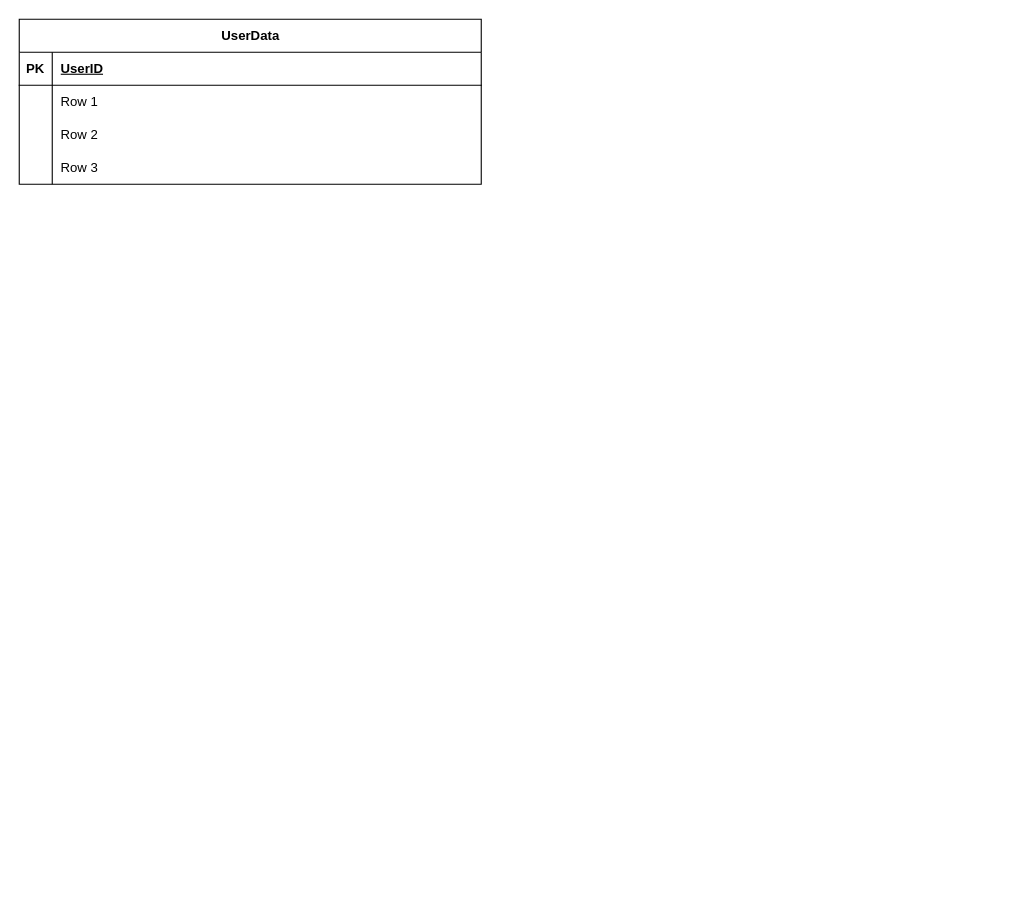
Before: ReasonerBlue-ERD.drawio in BubbliBlu/BubbliBlu, a draw.io diagram. Source tidied: cells renumbered, new cells numbered last; positions are measured from the earlier drawing's top-left corner, leaving out a move shared by most shapes. Both pictures are drawn from the tidied source at 110%, with x=0, y=0 at pixel (19, 19).
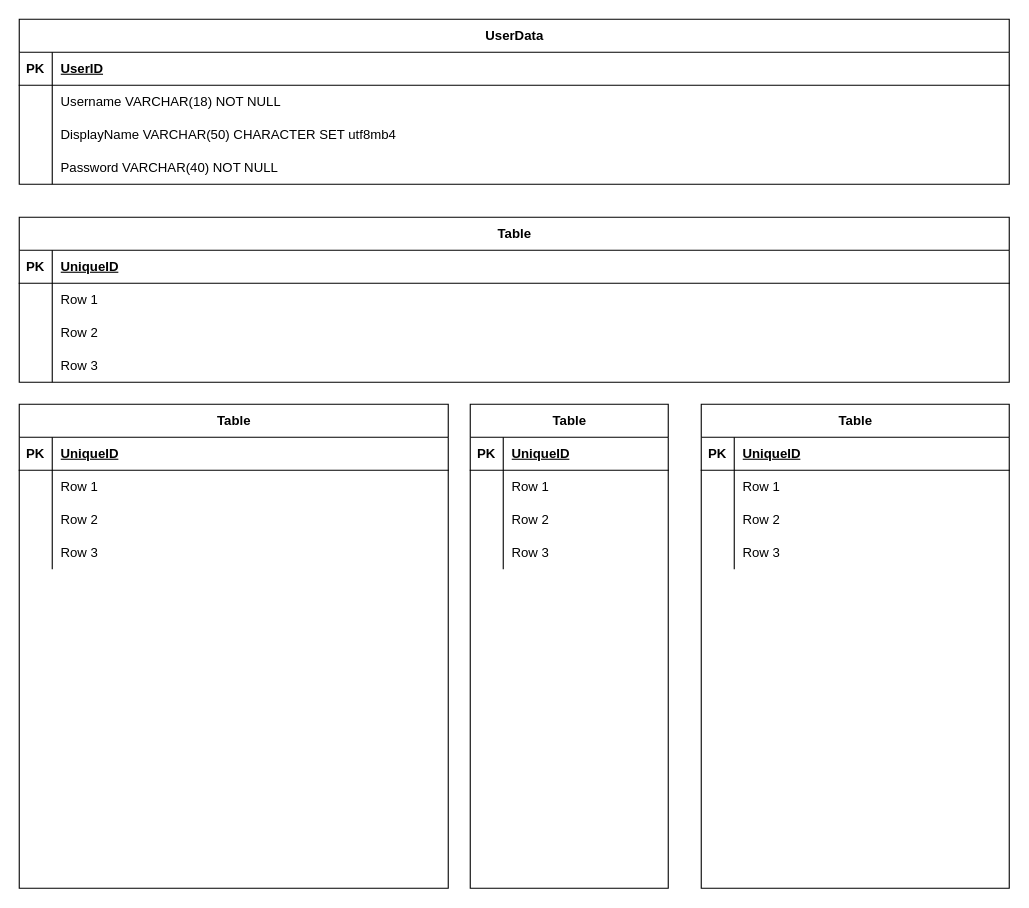
The same diagram, later.

The edit, as a diff of the source:
```diff
@@
     <mxCell id="2" value="UserData" style="shape=table;startSize=30;childLayout=tableLayout;rowLines=0;fontStyle=1;align=center;html=1;" parent="1" vertex="1">
-      <mxGeometry width="420" height="150" as="geometry" />
+      <mxGeometry width="900" height="150" as="geometry" />
     </mxCell>
     <mxCell id="3" style="shape=tableRow;horizontal=0;startSize=0;swimlaneHead=0;swimlaneBody=0;fillColor=none;top=0;left=0;right=0;bottom=1;" parent="2" vertex="1">
-      <mxGeometry y="30" width="420" height="30" as="geometry" />
+      <mxGeometry y="30" width="900" height="30" as="geometry" />
     </mxCell>
@@
     <mxCell id="5" value="UserID" style="shape=partialRectangle;fillColor=none;top=0;left=0;bottom=0;right=0;align=left;spacingLeft=6;fontStyle=5;overflow=hidden;whiteSpace=wrap;html=1;" parent="3" vertex="1">
-      <mxGeometry x="30" width="390" height="30" as="geometry" />
+      <mxGeometry x="30" width="870" height="30" as="geometry" />
     </mxCell>
+    <mxCell id="9" style="shape=tableRow;horizontal=0;startSize=0;swimlaneHead=0;swimlaneBody=0;fillColor=none;top=0;left=0;right=0;bottom=0;" parent="2" vertex="1">
+      <mxGeometry y="60" width="900" height="30" as="geometry" />
+    </mxCell>
+    <mxCell id="10" style="shape=partialRectangle;fillColor=none;top=0;left=0;bottom=0;right=0;overflow=hidden;whiteSpace=wrap;html=1;" parent="9" vertex="1">
+      <mxGeometry width="30" height="30" as="geometry" />
+    </mxCell>
+    <mxCell id="11" value="Username VARCHAR(18) NOT NULL" style="shape=partialRectangle;fillColor=none;top=0;left=0;bottom=0;right=0;align=left;spacingLeft=6;overflow=hidden;whiteSpace=wrap;html=1;" parent="9" vertex="1">
+      <mxGeometry x="30" width="870" height="30" as="geometry" />
+    </mxCell>
     <mxCell id="6" style="shape=tableRow;horizontal=0;startSize=0;swimlaneHead=0;swimlaneBody=0;fillColor=none;top=0;left=0;right=0;bottom=0;" parent="2" vertex="1">
-      <mxGeometry y="60" width="420" height="30" as="geometry" />
+      <mxGeometry y="90" width="900" height="30" as="geometry" />
     </mxCell>
@@
-    <mxCell id="8" value="Row 1" style="shape=partialRectangle;fillColor=none;top=0;left=0;bottom=0;right=0;align=left;spacingLeft=6;overflow=hidden;whiteSpace=wrap;html=1;" parent="6" vertex="1">
-      <mxGeometry x="30" width="390" height="30" as="geometry" />
+    <mxCell id="8" value="DisplayName VARCHAR(50) CHARACTER SET utf8mb4" style="shape=partialRectangle;fillColor=none;top=0;left=0;bottom=0;right=0;align=left;spacingLeft=6;overflow=hidden;whiteSpace=wrap;html=1;" parent="6" vertex="1">
+      <mxGeometry x="30" width="870" height="30" as="geometry" />
     </mxCell>
-    <mxCell id="9" style="shape=tableRow;horizontal=0;startSize=0;swimlaneHead=0;swimlaneBody=0;fillColor=none;top=0;left=0;right=0;bottom=0;" parent="2" vertex="1">
-      <mxGeometry y="90" width="420" height="30" as="geometry" />
-    </mxCell>
-    <mxCell id="10" style="shape=partialRectangle;fillColor=none;top=0;left=0;bottom=0;right=0;overflow=hidden;whiteSpace=wrap;html=1;" parent="9" vertex="1">
-      <mxGeometry width="30" height="30" as="geometry" />
-    </mxCell>
-    <mxCell id="11" value="Row 2" style="shape=partialRectangle;fillColor=none;top=0;left=0;bottom=0;right=0;align=left;spacingLeft=6;overflow=hidden;whiteSpace=wrap;html=1;" parent="9" vertex="1">
-      <mxGeometry x="30" width="390" height="30" as="geometry" />
-    </mxCell>
     <mxCell id="12" style="shape=tableRow;horizontal=0;startSize=0;swimlaneHead=0;swimlaneBody=0;fillColor=none;top=0;left=0;right=0;bottom=0;" parent="2" vertex="1">
-      <mxGeometry y="120" width="420" height="30" as="geometry" />
+      <mxGeometry y="120" width="900" height="30" as="geometry" />
     </mxCell>
@@
-    <mxCell id="14" value="Row 3" style="shape=partialRectangle;fillColor=none;top=0;left=0;bottom=0;right=0;align=left;spacingLeft=6;overflow=hidden;whiteSpace=wrap;html=1;" parent="12" vertex="1">
-      <mxGeometry x="30" width="390" height="30" as="geometry" />
+    <mxCell id="14" value="Password VARCHAR(40) NOT NULL" style="shape=partialRectangle;fillColor=none;top=0;left=0;bottom=0;right=0;align=left;spacingLeft=6;overflow=hidden;whiteSpace=wrap;html=1;" parent="12" vertex="1">
+      <mxGeometry x="30" width="870" height="30" as="geometry" />
     </mxCell>
+    <mxCell id="15" value="Table" style="shape=table;startSize=30;childLayout=tableLayout;rowLines=0;fontStyle=1;align=center;html=1;" parent="1" vertex="1">
+      <mxGeometry y="180" width="900" height="150" as="geometry" />
+    </mxCell>
+    <mxCell id="16" style="shape=tableRow;horizontal=0;startSize=0;swimlaneHead=0;swimlaneBody=0;fillColor=none;top=0;left=0;right=0;bottom=1;" parent="15" vertex="1">
+      <mxGeometry y="30" width="900" height="30" as="geometry" />
+    </mxCell>
+    <mxCell id="17" value="PK" style="shape=partialRectangle;fillColor=none;top=0;left=0;bottom=0;right=0;fontStyle=1;overflow=hidden;whiteSpace=wrap;html=1;" parent="16" vertex="1">
+      <mxGeometry width="30" height="30" as="geometry" />
+    </mxCell>
+    <mxCell id="18" value="UniqueID" style="shape=partialRectangle;fillColor=none;top=0;left=0;bottom=0;right=0;align=left;spacingLeft=6;fontStyle=5;overflow=hidden;whiteSpace=wrap;html=1;" parent="16" vertex="1">
+      <mxGeometry x="30" width="870" height="30" as="geometry" />
+    </mxCell>
+    <mxCell id="19" style="shape=tableRow;horizontal=0;startSize=0;swimlaneHead=0;swimlaneBody=0;fillColor=none;top=0;left=0;right=0;bottom=0;" parent="15" vertex="1">
+      <mxGeometry y="60" width="900" height="30" as="geometry" />
+    </mxCell>
+    <mxCell id="20" style="shape=partialRectangle;fillColor=none;top=0;left=0;bottom=0;right=0;overflow=hidden;whiteSpace=wrap;html=1;" parent="19" vertex="1">
+      <mxGeometry width="30" height="30" as="geometry" />
+    </mxCell>
+    <mxCell id="21" value="Row 1" style="shape=partialRectangle;fillColor=none;top=0;left=0;bottom=0;right=0;align=left;spacingLeft=6;overflow=hidden;whiteSpace=wrap;html=1;" parent="19" vertex="1">
+      <mxGeometry x="30" width="870" height="30" as="geometry" />
+    </mxCell>
+    <mxCell id="22" style="shape=tableRow;horizontal=0;startSize=0;swimlaneHead=0;swimlaneBody=0;fillColor=none;top=0;left=0;right=0;bottom=0;" parent="15" vertex="1">
+      <mxGeometry y="90" width="900" height="30" as="geometry" />
+    </mxCell>
+    <mxCell id="23" style="shape=partialRectangle;fillColor=none;top=0;left=0;bottom=0;right=0;overflow=hidden;whiteSpace=wrap;html=1;" parent="22" vertex="1">
+      <mxGeometry width="30" height="30" as="geometry" />
+    </mxCell>
+    <mxCell id="24" value="Row 2" style="shape=partialRectangle;fillColor=none;top=0;left=0;bottom=0;right=0;align=left;spacingLeft=6;overflow=hidden;whiteSpace=wrap;html=1;" parent="22" vertex="1">
+      <mxGeometry x="30" width="870" height="30" as="geometry" />
+    </mxCell>
+    <mxCell id="25" style="shape=tableRow;horizontal=0;startSize=0;swimlaneHead=0;swimlaneBody=0;fillColor=none;top=0;left=0;right=0;bottom=0;" parent="15" vertex="1">
+      <mxGeometry y="120" width="900" height="30" as="geometry" />
+    </mxCell>
+    <mxCell id="26" style="shape=partialRectangle;fillColor=none;top=0;left=0;bottom=0;right=0;overflow=hidden;whiteSpace=wrap;html=1;" parent="25" vertex="1">
+      <mxGeometry width="30" height="30" as="geometry" />
+    </mxCell>
+    <mxCell id="27" value="Row 3" style="shape=partialRectangle;fillColor=none;top=0;left=0;bottom=0;right=0;align=left;spacingLeft=6;overflow=hidden;whiteSpace=wrap;html=1;" parent="25" vertex="1">
+      <mxGeometry x="30" width="870" height="30" as="geometry" />
+    </mxCell>
+    <mxCell id="28" value="Table" style="shape=table;startSize=30;childLayout=tableLayout;rowLines=0;fontStyle=1;align=center;html=1;" parent="1" vertex="1">
+      <mxGeometry y="350" width="390" height="440" as="geometry" />
+    </mxCell>
+    <mxCell id="29" style="shape=tableRow;horizontal=0;startSize=0;swimlaneHead=0;swimlaneBody=0;fillColor=none;top=0;left=0;right=0;bottom=1;" parent="28" vertex="1">
+      <mxGeometry y="30" width="390" height="30" as="geometry" />
+    </mxCell>
+    <mxCell id="30" value="PK" style="shape=partialRectangle;fillColor=none;top=0;left=0;bottom=0;right=0;fontStyle=1;overflow=hidden;whiteSpace=wrap;html=1;" parent="29" vertex="1">
+      <mxGeometry width="30" height="30" as="geometry" />
+    </mxCell>
+    <mxCell id="31" value="UniqueID" style="shape=partialRectangle;fillColor=none;top=0;left=0;bottom=0;right=0;align=left;spacingLeft=6;fontStyle=5;overflow=hidden;whiteSpace=wrap;html=1;" parent="29" vertex="1">
+      <mxGeometry x="30" width="360" height="30" as="geometry" />
+    </mxCell>
+    <mxCell id="32" style="shape=tableRow;horizontal=0;startSize=0;swimlaneHead=0;swimlaneBody=0;fillColor=none;top=0;left=0;right=0;bottom=0;" parent="28" vertex="1">
+      <mxGeometry y="60" width="390" height="30" as="geometry" />
+    </mxCell>
+    <mxCell id="33" style="shape=partialRectangle;fillColor=none;top=0;left=0;bottom=0;right=0;overflow=hidden;whiteSpace=wrap;html=1;" parent="32" vertex="1">
+      <mxGeometry width="30" height="30" as="geometry" />
+    </mxCell>
+    <mxCell id="34" value="Row 1" style="shape=partialRectangle;fillColor=none;top=0;left=0;bottom=0;right=0;align=left;spacingLeft=6;overflow=hidden;whiteSpace=wrap;html=1;" parent="32" vertex="1">
+      <mxGeometry x="30" width="360" height="30" as="geometry" />
+    </mxCell>
+    <mxCell id="35" style="shape=tableRow;horizontal=0;startSize=0;swimlaneHead=0;swimlaneBody=0;fillColor=none;top=0;left=0;right=0;bottom=0;" parent="28" vertex="1">
+      <mxGeometry y="90" width="390" height="30" as="geometry" />
+    </mxCell>
+    <mxCell id="36" style="shape=partialRectangle;fillColor=none;top=0;left=0;bottom=0;right=0;overflow=hidden;whiteSpace=wrap;html=1;" parent="35" vertex="1">
+      <mxGeometry width="30" height="30" as="geometry" />
+    </mxCell>
+    <mxCell id="37" value="Row 2" style="shape=partialRectangle;fillColor=none;top=0;left=0;bottom=0;right=0;align=left;spacingLeft=6;overflow=hidden;whiteSpace=wrap;html=1;" parent="35" vertex="1">
+      <mxGeometry x="30" width="360" height="30" as="geometry" />
+    </mxCell>
+    <mxCell id="38" style="shape=tableRow;horizontal=0;startSize=0;swimlaneHead=0;swimlaneBody=0;fillColor=none;top=0;left=0;right=0;bottom=0;" parent="28" vertex="1">
+      <mxGeometry y="120" width="390" height="30" as="geometry" />
+    </mxCell>
+    <mxCell id="39" style="shape=partialRectangle;fillColor=none;top=0;left=0;bottom=0;right=0;overflow=hidden;whiteSpace=wrap;html=1;" parent="38" vertex="1">
+      <mxGeometry width="30" height="30" as="geometry" />
+    </mxCell>
+    <mxCell id="40" value="Row 3" style="shape=partialRectangle;fillColor=none;top=0;left=0;bottom=0;right=0;align=left;spacingLeft=6;overflow=hidden;whiteSpace=wrap;html=1;" parent="38" vertex="1">
+      <mxGeometry x="30" width="360" height="30" as="geometry" />
+    </mxCell>
+    <mxCell id="41" value="Table" style="shape=table;startSize=30;childLayout=tableLayout;rowLines=0;fontStyle=1;align=center;html=1;" parent="1" vertex="1">
+      <mxGeometry x="410" y="350" width="180" height="440" as="geometry" />
+    </mxCell>
+    <mxCell id="42" style="shape=tableRow;horizontal=0;startSize=0;swimlaneHead=0;swimlaneBody=0;fillColor=none;top=0;left=0;right=0;bottom=1;" parent="41" vertex="1">
+      <mxGeometry y="30" width="180" height="30" as="geometry" />
+    </mxCell>
+    <mxCell id="43" value="PK" style="shape=partialRectangle;fillColor=none;top=0;left=0;bottom=0;right=0;fontStyle=1;overflow=hidden;whiteSpace=wrap;html=1;" parent="42" vertex="1">
+      <mxGeometry width="30" height="30" as="geometry" />
+    </mxCell>
+    <mxCell id="44" value="UniqueID" style="shape=partialRectangle;fillColor=none;top=0;left=0;bottom=0;right=0;align=left;spacingLeft=6;fontStyle=5;overflow=hidden;whiteSpace=wrap;html=1;" parent="42" vertex="1">
+      <mxGeometry x="30" width="150" height="30" as="geometry" />
+    </mxCell>
+    <mxCell id="45" style="shape=tableRow;horizontal=0;startSize=0;swimlaneHead=0;swimlaneBody=0;fillColor=none;top=0;left=0;right=0;bottom=0;" parent="41" vertex="1">
+      <mxGeometry y="60" width="180" height="30" as="geometry" />
+    </mxCell>
+    <mxCell id="46" style="shape=partialRectangle;fillColor=none;top=0;left=0;bottom=0;right=0;overflow=hidden;whiteSpace=wrap;html=1;" parent="45" vertex="1">
+      <mxGeometry width="30" height="30" as="geometry" />
+    </mxCell>
+    <mxCell id="47" value="Row 1" style="shape=partialRectangle;fillColor=none;top=0;left=0;bottom=0;right=0;align=left;spacingLeft=6;overflow=hidden;whiteSpace=wrap;html=1;" parent="45" vertex="1">
+      <mxGeometry x="30" width="150" height="30" as="geometry" />
+    </mxCell>
+    <mxCell id="48" style="shape=tableRow;horizontal=0;startSize=0;swimlaneHead=0;swimlaneBody=0;fillColor=none;top=0;left=0;right=0;bottom=0;" parent="41" vertex="1">
+      <mxGeometry y="90" width="180" height="30" as="geometry" />
+    </mxCell>
+    <mxCell id="49" style="shape=partialRectangle;fillColor=none;top=0;left=0;bottom=0;right=0;overflow=hidden;whiteSpace=wrap;html=1;" parent="48" vertex="1">
+      <mxGeometry width="30" height="30" as="geometry" />
+    </mxCell>
+    <mxCell id="50" value="Row 2" style="shape=partialRectangle;fillColor=none;top=0;left=0;bottom=0;right=0;align=left;spacingLeft=6;overflow=hidden;whiteSpace=wrap;html=1;" parent="48" vertex="1">
+      <mxGeometry x="30" width="150" height="30" as="geometry" />
+    </mxCell>
+    <mxCell id="51" style="shape=tableRow;horizontal=0;startSize=0;swimlaneHead=0;swimlaneBody=0;fillColor=none;top=0;left=0;right=0;bottom=0;" parent="41" vertex="1">
+      <mxGeometry y="120" width="180" height="30" as="geometry" />
+    </mxCell>
+    <mxCell id="52" style="shape=partialRectangle;fillColor=none;top=0;left=0;bottom=0;right=0;overflow=hidden;whiteSpace=wrap;html=1;" parent="51" vertex="1">
+      <mxGeometry width="30" height="30" as="geometry" />
+    </mxCell>
+    <mxCell id="53" value="Row 3" style="shape=partialRectangle;fillColor=none;top=0;left=0;bottom=0;right=0;align=left;spacingLeft=6;overflow=hidden;whiteSpace=wrap;html=1;" parent="51" vertex="1">
+      <mxGeometry x="30" width="150" height="30" as="geometry" />
+    </mxCell>
+    <mxCell id="54" value="Table" style="shape=table;startSize=30;childLayout=tableLayout;rowLines=0;fontStyle=1;align=center;html=1;" parent="1" vertex="1">
+      <mxGeometry x="620" y="350" width="280" height="440" as="geometry" />
+    </mxCell>
+    <mxCell id="55" style="shape=tableRow;horizontal=0;startSize=0;swimlaneHead=0;swimlaneBody=0;fillColor=none;top=0;left=0;right=0;bottom=1;" parent="54" vertex="1">
+      <mxGeometry y="30" width="280" height="30" as="geometry" />
+    </mxCell>
+    <mxCell id="56" value="PK" style="shape=partialRectangle;fillColor=none;top=0;left=0;bottom=0;right=0;fontStyle=1;overflow=hidden;whiteSpace=wrap;html=1;" parent="55" vertex="1">
+      <mxGeometry width="30" height="30" as="geometry" />
+    </mxCell>
+    <mxCell id="57" value="UniqueID" style="shape=partialRectangle;fillColor=none;top=0;left=0;bottom=0;right=0;align=left;spacingLeft=6;fontStyle=5;overflow=hidden;whiteSpace=wrap;html=1;" parent="55" vertex="1">
+      <mxGeometry x="30" width="250" height="30" as="geometry" />
+    </mxCell>
+    <mxCell id="58" style="shape=tableRow;horizontal=0;startSize=0;swimlaneHead=0;swimlaneBody=0;fillColor=none;top=0;left=0;right=0;bottom=0;" parent="54" vertex="1">
+      <mxGeometry y="60" width="280" height="30" as="geometry" />
+    </mxCell>
+    <mxCell id="59" style="shape=partialRectangle;fillColor=none;top=0;left=0;bottom=0;right=0;overflow=hidden;whiteSpace=wrap;html=1;" parent="58" vertex="1">
+      <mxGeometry width="30" height="30" as="geometry" />
+    </mxCell>
+    <mxCell id="60" value="Row 1" style="shape=partialRectangle;fillColor=none;top=0;left=0;bottom=0;right=0;align=left;spacingLeft=6;overflow=hidden;whiteSpace=wrap;html=1;" parent="58" vertex="1">
+      <mxGeometry x="30" width="250" height="30" as="geometry" />
+    </mxCell>
+    <mxCell id="61" style="shape=tableRow;horizontal=0;startSize=0;swimlaneHead=0;swimlaneBody=0;fillColor=none;top=0;left=0;right=0;bottom=0;" parent="54" vertex="1">
+      <mxGeometry y="90" width="280" height="30" as="geometry" />
+    </mxCell>
+    <mxCell id="62" style="shape=partialRectangle;fillColor=none;top=0;left=0;bottom=0;right=0;overflow=hidden;whiteSpace=wrap;html=1;" parent="61" vertex="1">
+      <mxGeometry width="30" height="30" as="geometry" />
+    </mxCell>
+    <mxCell id="63" value="Row 2" style="shape=partialRectangle;fillColor=none;top=0;left=0;bottom=0;right=0;align=left;spacingLeft=6;overflow=hidden;whiteSpace=wrap;html=1;" parent="61" vertex="1">
+      <mxGeometry x="30" width="250" height="30" as="geometry" />
+    </mxCell>
+    <mxCell id="64" style="shape=tableRow;horizontal=0;startSize=0;swimlaneHead=0;swimlaneBody=0;fillColor=none;top=0;left=0;right=0;bottom=0;" parent="54" vertex="1">
+      <mxGeometry y="120" width="280" height="30" as="geometry" />
+    </mxCell>
+    <mxCell id="65" style="shape=partialRectangle;fillColor=none;top=0;left=0;bottom=0;right=0;overflow=hidden;whiteSpace=wrap;html=1;" parent="64" vertex="1">
+      <mxGeometry width="30" height="30" as="geometry" />
+    </mxCell>
+    <mxCell id="66" value="Row 3" style="shape=partialRectangle;fillColor=none;top=0;left=0;bottom=0;right=0;align=left;spacingLeft=6;overflow=hidden;whiteSpace=wrap;html=1;" parent="64" vertex="1">
+      <mxGeometry x="30" width="250" height="30" as="geometry" />
+    </mxCell>
```
